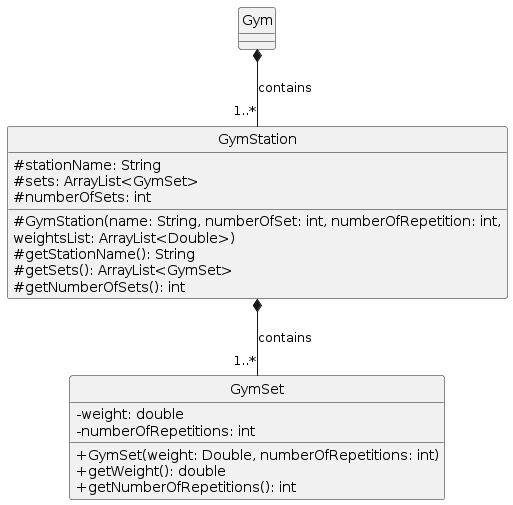
Earlier version of the PlantUML export docs/img/class_diagrams/gym_class_diagram.png (rouvinerh/tp). Source of this version:
```plantuml
@startuml
skinparam classAttributeIconSize 0
hide circle

class GymStation {
    # stationName: String
    # sets: ArrayList<GymSet>
    # numberOfSets: int

    # GymStation(name: String, numberOfSet: int, numberOfRepetition: int,
    weightsList: ArrayList<Double>)
    # getStationName(): String
    # getSets(): ArrayList<GymSet>
    # getNumberOfSets(): int
}

class GymSet {
    - weight: double
    - numberOfRepetitions: int

    + GymSet(weight: Double, numberOfRepetitions: int)
    + getWeight(): double
    + getNumberOfRepetitions(): int
}

Gym *-- "1..*" GymStation: contains
GymStation *-- "1..*" GymSet: contains
@enduml
```
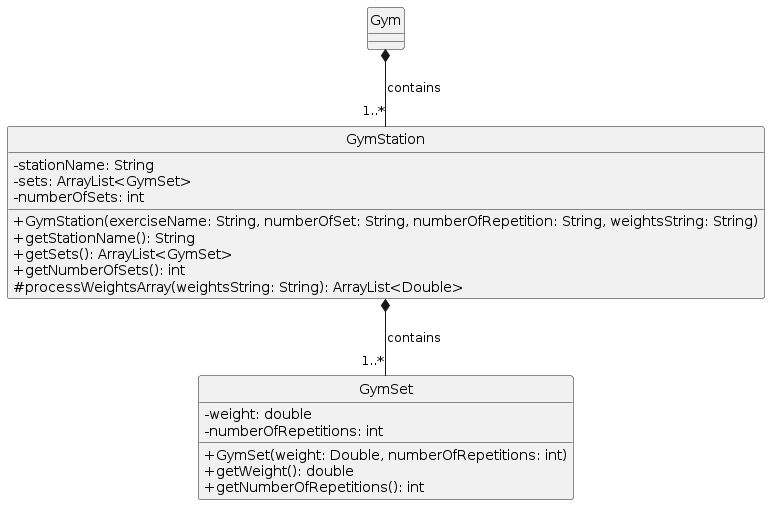
Above is the later version.

Diff of the diagram source:
```diff
@@ -3,15 +3,15 @@
 hide circle
 
 class GymStation {
-    # stationName: String
-    # sets: ArrayList<GymSet>
-    # numberOfSets: int
+    - stationName: String
+    - sets: ArrayList<GymSet>
+    - numberOfSets: int
 
-    # GymStation(name: String, numberOfSet: int, numberOfRepetition: int,
-    weightsList: ArrayList<Double>)
-    # getStationName(): String
-    # getSets(): ArrayList<GymSet>
-    # getNumberOfSets(): int
+    + GymStation(exerciseName: String, numberOfSet: String, numberOfRepetition: String, weightsString: String)
+    + getStationName(): String
+    + getSets(): ArrayList<GymSet>
+    + getNumberOfSets(): int
+    # processWeightsArray(weightsString: String): ArrayList<Double>
 }
 
 class GymSet {
```
